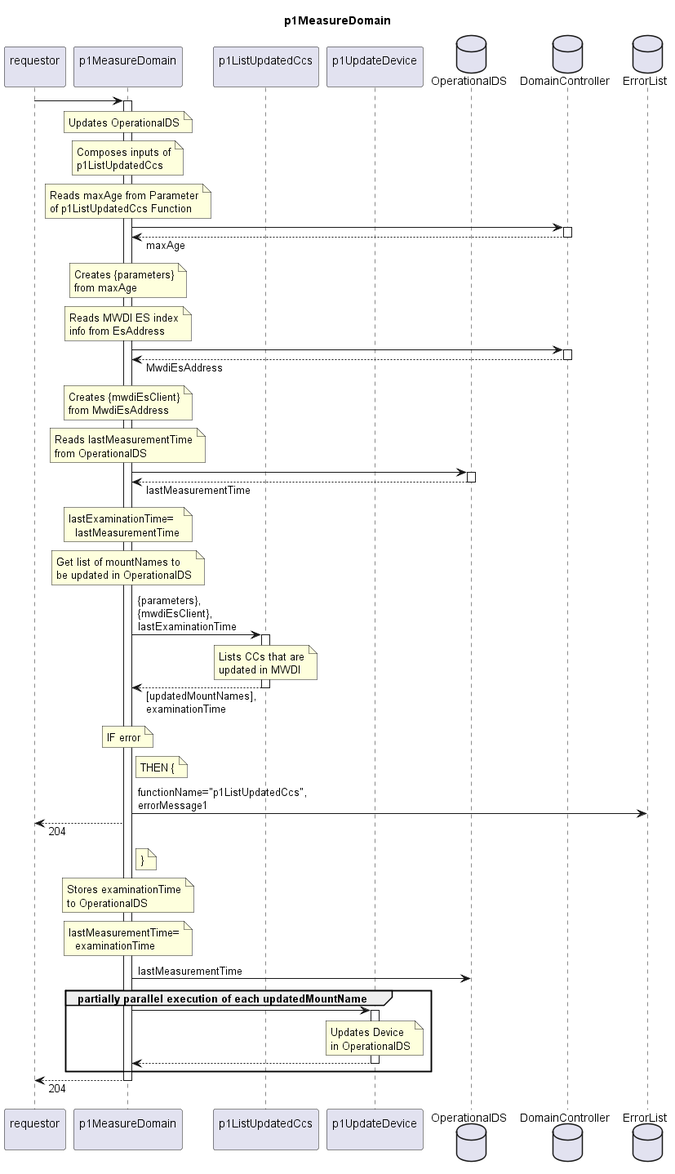
openBackhaul/FirmWareManager keeps this PlantUML diagram as spec/Functions/Measurement/p1MeasureDomain/1.0.0/p1MeasureDomain.png. Above is the earlier version.
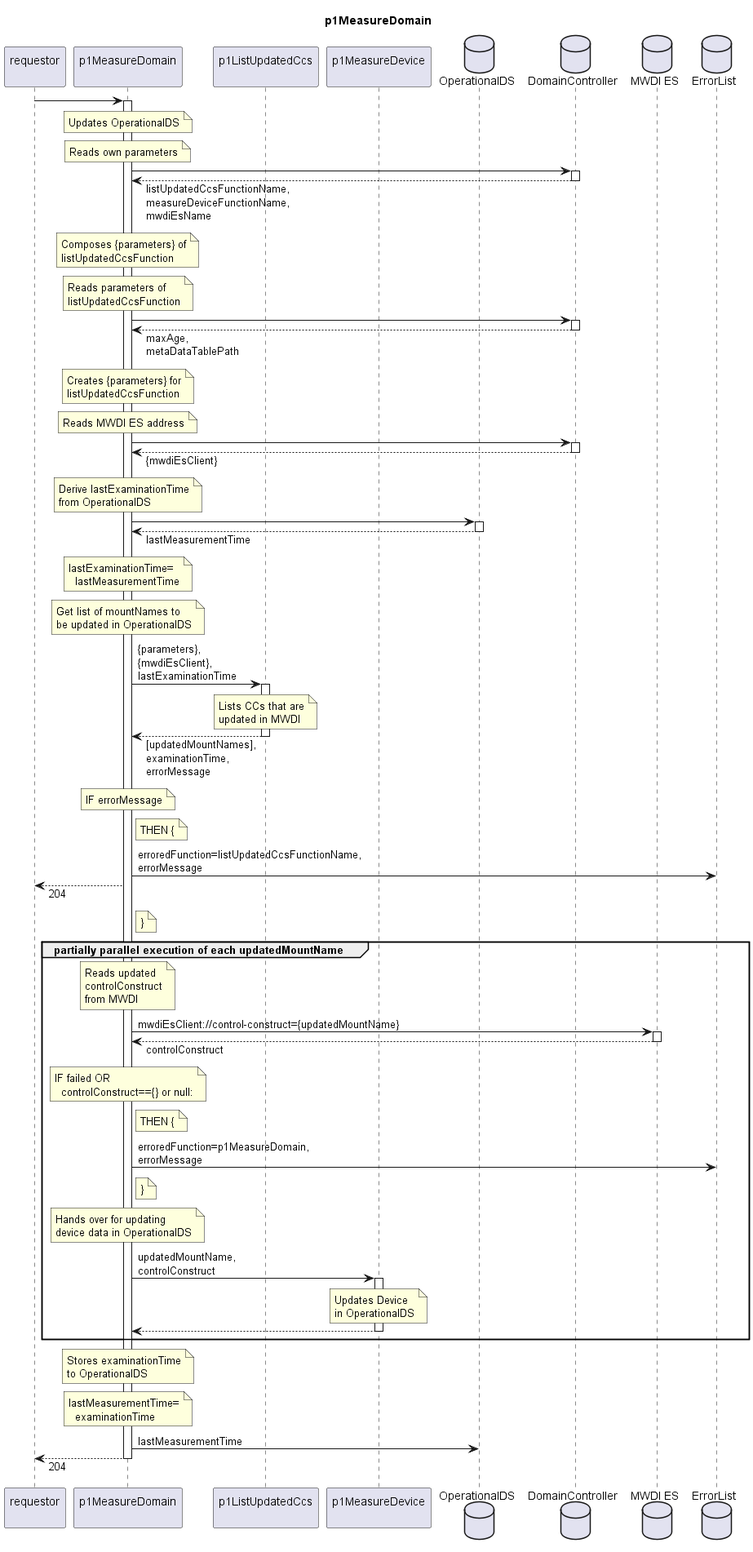
The same diagram one commit later.

What changed in the source:
```diff
@@ -8,10 +8,11 @@
 participant "requestor\n" as requestor
 participant "p1MeasureDomain\n" as indServ
 participant "p1ListUpdatedCcs\n" as listCcs
-participant "p1UpdateDevice\n" as updateCc
+participant "p1MeasureDevice\n" as updateCc
 
 database "OperationalDS" as OpDS
 database "DomainController" as DC
+database "MWDI ES" as Mwdi
 database "ErrorList" as hEL
 
 requestor -> indServ
@@ -22,35 +23,40 @@
   end note
 
   note over indServ
-    Composes inputs of
-    p1ListUpdatedCcs
-  end note
-  note over indServ
-    Reads maxAge from Parameter
-    of p1ListUpdatedCcs Function
+    Reads own parameters
   end note
   indServ -> DC
   activate DC
-  indServ <-- DC: maxAge
+  indServ <-- DC: listUpdatedCcsFunctionName,\nmeasureDeviceFunctionName,\nmwdiEsName
   deactivate DC
+
   note over indServ
-    Creates {parameters}
-    from maxAge
+    Composes {parameters} of
+    listUpdatedCcsFunction
   end note
   note over indServ
-    Reads MWDI ES index
-    info from EsAddress
+    Reads parameters of
+    listUpdatedCcsFunction
   end note
   indServ -> DC
   activate DC
-  indServ <-- DC: MwdiEsAddress
+  indServ <-- DC: maxAge,\nmetaDataTablePath
   deactivate DC
   note over indServ
-    Creates {mwdiEsClient}
-    from MwdiEsAddress
+    Creates {parameters} for
+    listUpdatedCcsFunction
   end note
+
   note over indServ
-    Reads lastMeasurementTime
+    Reads MWDI ES address
+  end note
+  indServ -> DC
+  activate DC
+  indServ <-- DC: {mwdiEsClient}
+  deactivate DC
+
+  note over indServ
+    Derive lastExaminationTime
     from OperationalDS
   end note
   indServ -> OpDS
@@ -72,19 +78,57 @@
       Lists CCs that are
       updated in MWDI
     end note
-  indServ <-- listCcs: [updatedMountNames],\nexaminationTime
+  indServ <-- listCcs: [updatedMountNames],\nexaminationTime,\nerrorMessage
   deactivate listCcs
   note over indServ
-    IF error
+    IF errorMessage
   end note
   note right indServ
     THEN {
   end note
-  indServ -> hEL: functionName="p1ListUpdatedCcs",\nerrorMessage1
+  indServ -> hEL: erroredFunction=listUpdatedCcsFunctionName,\nerrorMessage
   requestor <-- indServ: 204
   note right indServ
     }
   end note
+
+  group partially parallel execution of each updatedMountName
+
+    note over indServ
+      Reads updated
+      controlConstruct
+      from MWDI
+    end note
+    indServ -> Mwdi: mwdiEsClient://control-construct={updatedMountName}
+    activate Mwdi
+    indServ <-- Mwdi: controlConstruct
+    deactivate Mwdi
+    note over indServ
+      IF failed OR
+        controlConstruct=={} or null:
+    end note
+    note right indServ
+      THEN {
+    end note
+    indServ -> hEL: erroredFunction=p1MeasureDomain,\nerrorMessage
+    note right indServ
+      }
+    end note
+
+    note over indServ
+      Hands over for updating
+      device data in OperationalDS
+    end note
+    indServ -> updateCc: updatedMountName,\ncontrolConstruct
+    activate updateCc
+      note over updateCc
+        Updates Device
+        in OperationalDS
+      end note
+
+    indServ <-- updateCc
+    deactivate updateCc
+  end group updatedMountNames
 
   note over indServ
     Stores examinationTime
@@ -96,18 +140,6 @@
   end note
   indServ -> OpDS: lastMeasurementTime
 
-  group partially parallel execution of each updatedMountName
-    indServ -> updateCc
-    activate updateCc
-      note over updateCc
-        Updates Device
-        in OperationalDS
-      end note
-
-    indServ <-- updateCc
-    deactivate updateCc
-  end group updatedMountNames
-
 requestor <-- indServ: 204
 deactivate indServ
 
```
